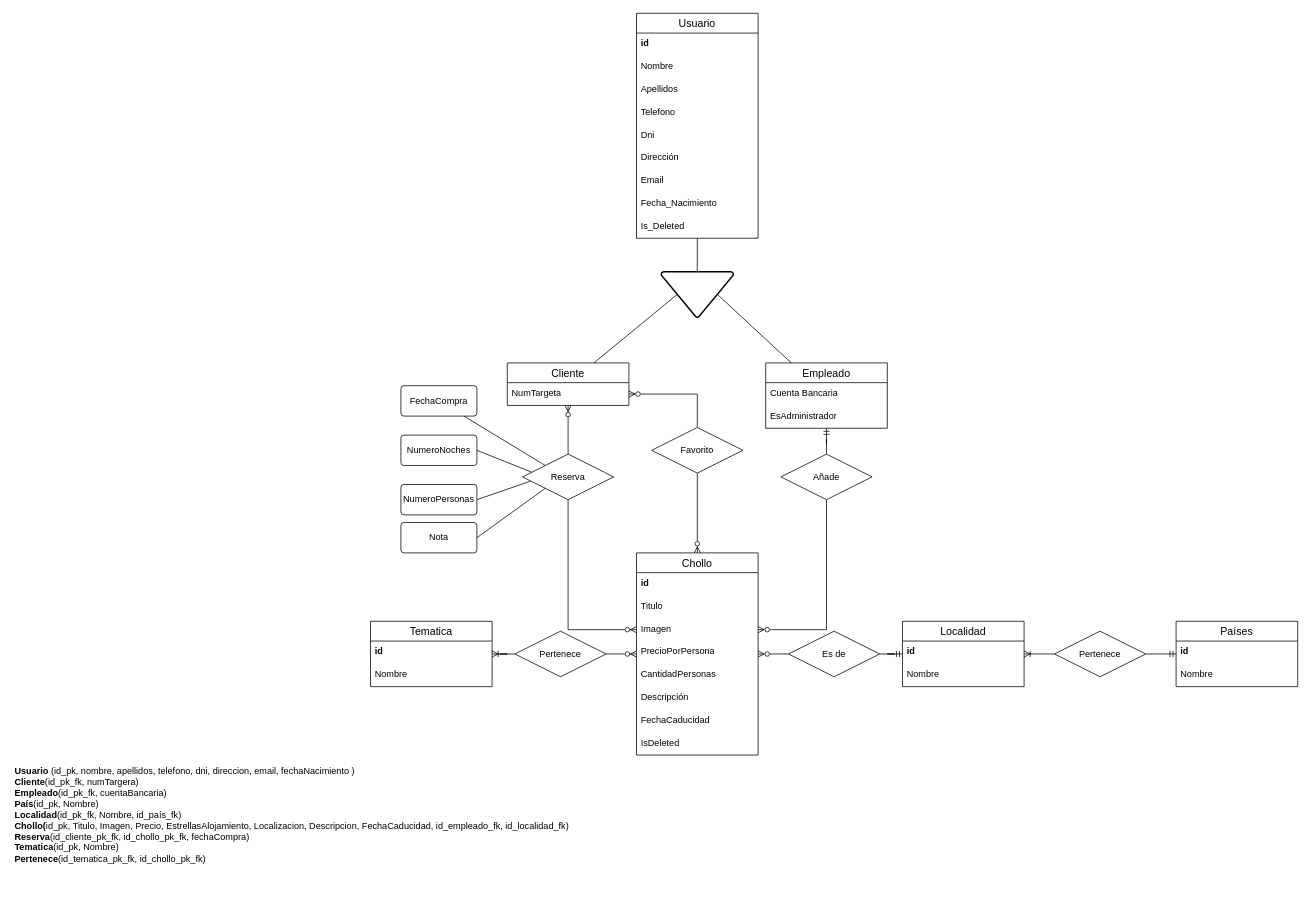
JuankaEsMa/bootcamp-c6-proyecto-final keeps this draw.io diagram as HamacaDB.drawio. Above is the earlier version. Source tidied: cells renumbered, new cells numbered last; positions are measured from the earlier drawing's top-left corner, leaving out a move shared by most shapes. Both pictures are drawn from the tidied source at 76%, with x=0, y=0 at pixel (13, 13).
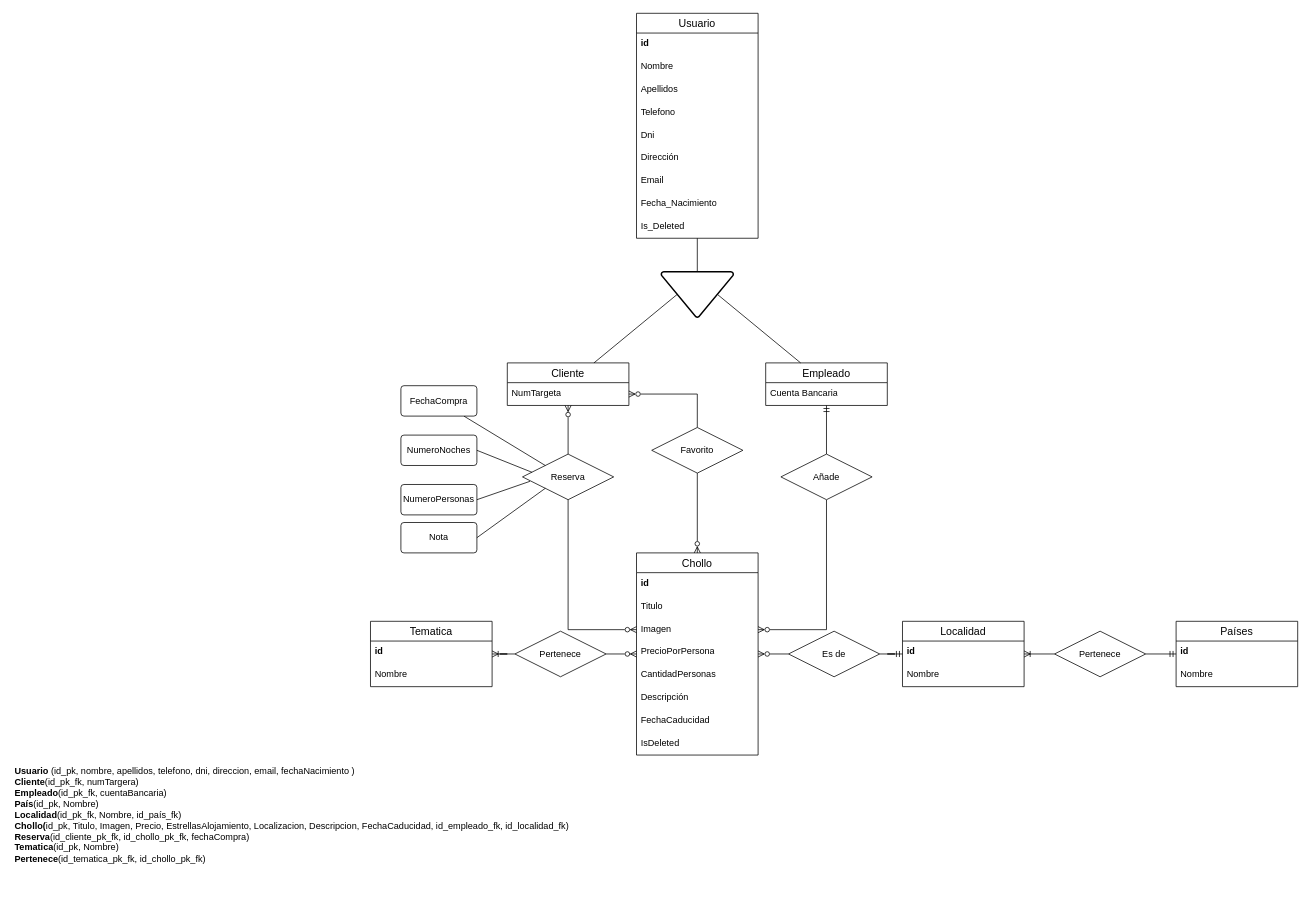
Above is the later version.

The edit, as a diff of the source:
```diff
@@
     <mxCell id="14" value="Empleado" style="swimlane;fontStyle=0;horizontal=1;startSize=26;align=center;fontSize=14;" parent="1" vertex="1">
-      <mxGeometry x="990" y="460" width="160" height="86" as="geometry" />
+      <mxGeometry x="990" y="460" width="160" height="56" as="geometry" />
     </mxCell>
@@
-    <mxCell id="16" value="EsAdministrador" style="text;strokeColor=none;fillColor=none;spacingLeft=4;spacingRight=4;overflow=hidden;fontSize=12;whiteSpace=wrap;html=1;" parent="14" vertex="1">
-      <mxGeometry y="56" width="160" height="30" as="geometry" />
-    </mxCell>
```
